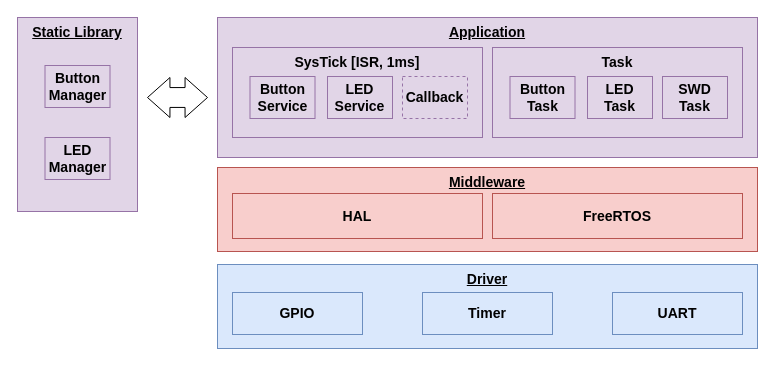
Above: page "Software_Gsl" (2 of 3) of Resources/Part2/Part2_XLM_BlockDiagram.drawio in gtuja/CSC_MS (draw.io), before the change. Source tidied: cells renumbered, new cells numbered last; positions are measured from the earlier drawing's top-left corner, leaving out a move shared by most shapes. Both pictures are drawn from the tidied source at 100%, with x=0, y=0 at pixel (17, 17).
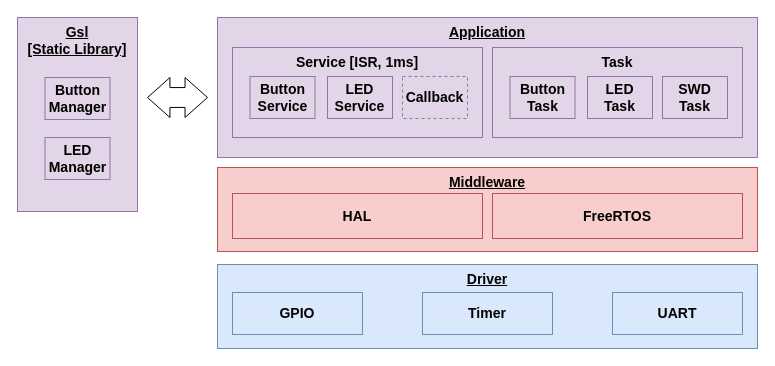
The same page after the edit.

Commit message (it also covers changes not shown here):
[main] Update Part.2.2 and resources.

What changed in the source:
```diff
@@
-    <mxCell id="6" value="Static Library" style="rounded=0;whiteSpace=wrap;html=1;flipV=0;fontFamily=Calibri;fontStyle=5;fillColor=#e1d5e7;strokeColor=#9673a6;verticalAlign=top;fontSize=14;" parent="1" vertex="1">
+    <mxCell id="6" value="&lt;div&gt;Gsl&lt;br&gt;&lt;/div&gt;[Static Library]" style="rounded=0;whiteSpace=wrap;html=1;flipV=0;fontFamily=Calibri;fontStyle=5;fillColor=#e1d5e7;strokeColor=#9673a6;verticalAlign=top;fontSize=14;" parent="1" vertex="1">
       <mxGeometry width="120" height="194" as="geometry" />
     </mxCell>
     <mxCell id="7" value="Button&lt;div&gt;Manager&lt;/div&gt;" style="rounded=0;whiteSpace=wrap;html=1;flipV=0;fontFamily=Calibri;fontStyle=1;fillColor=#e1d5e7;strokeColor=#9673a6;fontSize=14;" parent="1" vertex="1">
-      <mxGeometry x="27.5" y="48" width="65" height="42" as="geometry" />
+      <mxGeometry x="27.5" y="60" width="65" height="42" as="geometry" />
     </mxCell>
@@
-    <mxCell id="13" value="SysTick [ISR, 1ms]" style="rounded=0;whiteSpace=wrap;html=1;flipV=0;fontFamily=Calibri;fontStyle=1;fillColor=#e1d5e7;strokeColor=#9673a6;verticalAlign=top;fontSize=14;" parent="1" vertex="1">
+    <mxCell id="13" value="Service [ISR, 1ms]" style="rounded=0;whiteSpace=wrap;html=1;flipV=0;fontFamily=Calibri;fontStyle=1;fillColor=#e1d5e7;strokeColor=#9673a6;verticalAlign=top;fontSize=14;" parent="1" vertex="1">
       <mxGeometry x="215" y="30" width="250" height="90" as="geometry" />
     </mxCell>
```
